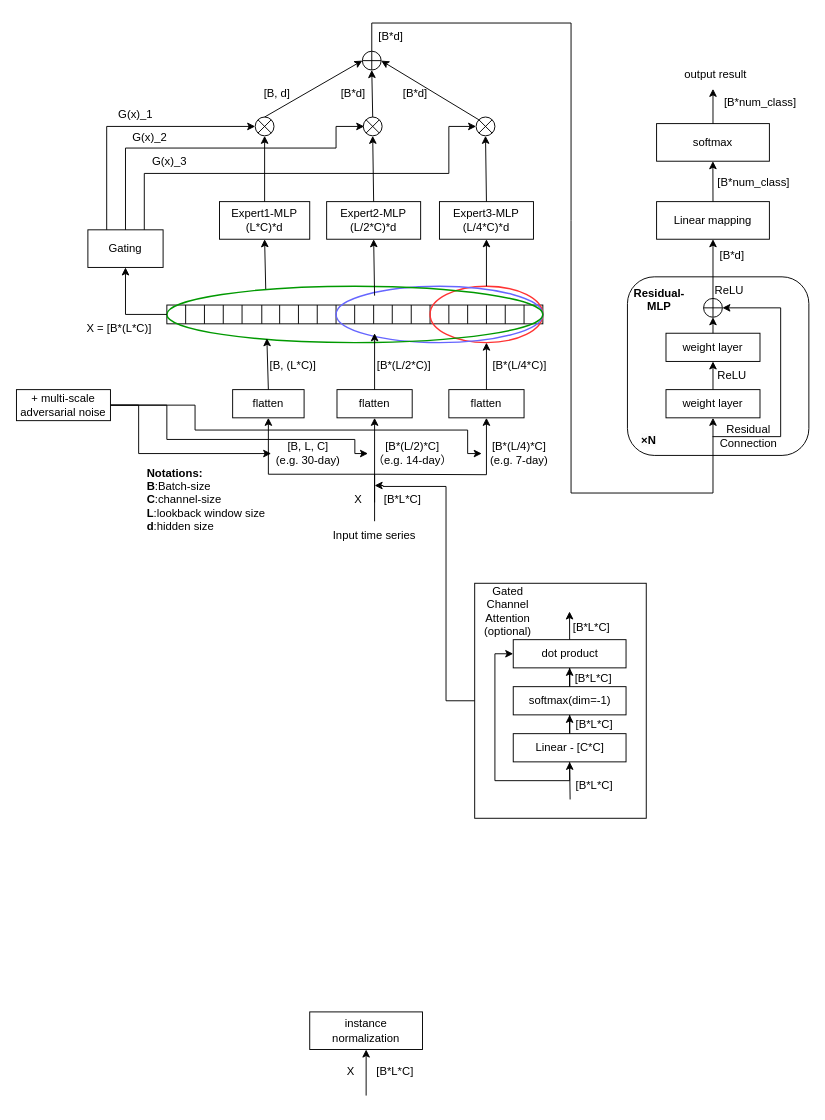
This is 未命名绘图.drawio from HALF111/Research_figures, a draw.io file, before an edit. Source tidied: cells renumbered, new cells numbered last; positions are measured from the earlier drawing's top-left corner, leaving out a move shared by most shapes. Both pictures are drawn from the tidied source at 94%, with x=0, y=0 at pixel (16, 23).
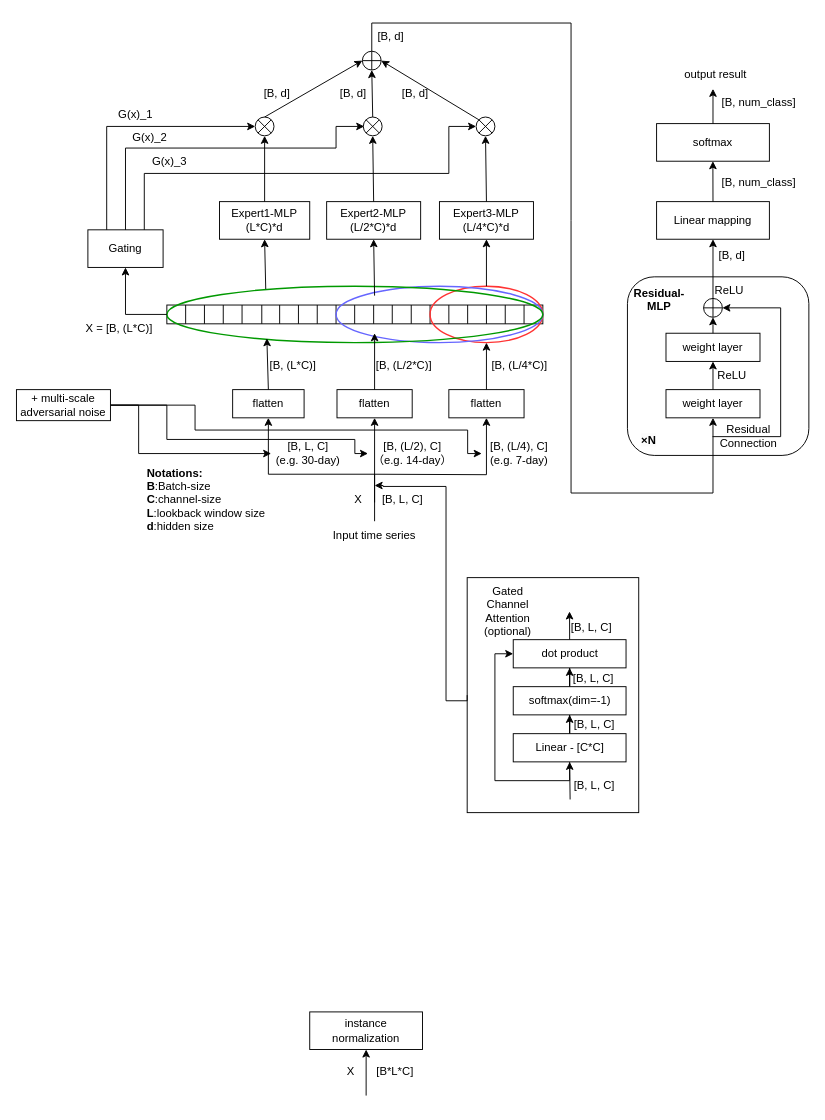
The same diagram, later.

Commit message:
更新未命名绘图.drawio

Diff of the diagram source:
```diff
@@
-    <mxCell id="64" value="[B*L*C]" style="text;html=1;strokeColor=none;fillColor=none;align=center;verticalAlign=middle;whiteSpace=wrap;rounded=0;" parent="1" vertex="1">
+    <mxCell id="64" value="[B, L, C]" style="text;html=1;strokeColor=none;fillColor=none;align=center;verticalAlign=middle;whiteSpace=wrap;rounded=0;" parent="1" vertex="1">
       <mxGeometry x="386" y="492" width="50" height="30" as="geometry" />
     </mxCell>
@@
-    <mxCell id="66" value="[B*(L/2)*C]&lt;br&gt;（e.g. 14-day）" style="text;html=1;strokeColor=none;fillColor=none;align=center;verticalAlign=middle;whiteSpace=wrap;rounded=0;" parent="1" vertex="1">
+    <mxCell id="66" value="[B, (L/2), C]&lt;br&gt;（e.g. 14-day）" style="text;html=1;strokeColor=none;fillColor=none;align=center;verticalAlign=middle;whiteSpace=wrap;rounded=0;" parent="1" vertex="1">
       <mxGeometry x="374" y="443" width="95" height="30" as="geometry" />
     </mxCell>
-    <mxCell id="67" value="[B*(L/4)*C]&lt;br&gt;(e.g. 7-day)" style="text;html=1;strokeColor=none;fillColor=none;align=center;verticalAlign=middle;whiteSpace=wrap;rounded=0;" parent="1" vertex="1">
+    <mxCell id="67" value="[B, (L/4), C]&lt;br&gt;(e.g. 7-day)" style="text;html=1;strokeColor=none;fillColor=none;align=center;verticalAlign=middle;whiteSpace=wrap;rounded=0;" parent="1" vertex="1">
       <mxGeometry x="495" y="443" width="80" height="30" as="geometry" />
     </mxCell>
@@
-    <mxCell id="79" value="[B*(L/2*C)]" style="text;html=1;strokeColor=none;fillColor=none;align=center;verticalAlign=middle;whiteSpace=wrap;rounded=0;" parent="1" vertex="1">
+    <mxCell id="79" value="[B, (L/2*C)]" style="text;html=1;strokeColor=none;fillColor=none;align=center;verticalAlign=middle;whiteSpace=wrap;rounded=0;" parent="1" vertex="1">
       <mxGeometry x="365" y="350" width="95" height="30" as="geometry" />
     </mxCell>
-    <mxCell id="80" value="[B*(L/4*C)]" style="text;html=1;strokeColor=none;fillColor=none;align=center;verticalAlign=middle;whiteSpace=wrap;rounded=0;" parent="1" vertex="1">
+    <mxCell id="80" value="[B, (L/4*C)]" style="text;html=1;strokeColor=none;fillColor=none;align=center;verticalAlign=middle;whiteSpace=wrap;rounded=0;" parent="1" vertex="1">
       <mxGeometry x="487.5" y="350" width="95" height="30" as="geometry" />
     </mxCell>
@@
-    <mxCell id="86" value="[B*d]" style="text;html=1;strokeColor=none;fillColor=none;align=center;verticalAlign=middle;whiteSpace=wrap;rounded=0;" parent="1" vertex="1">
+    <mxCell id="86" value="[B, d]" style="text;html=1;strokeColor=none;fillColor=none;align=center;verticalAlign=middle;whiteSpace=wrap;rounded=0;" parent="1" vertex="1">
       <mxGeometry x="342" y="60" width="33" height="30" as="geometry" />
     </mxCell>
-    <mxCell id="87" value="[B*d]" style="text;html=1;strokeColor=none;fillColor=none;align=center;verticalAlign=middle;whiteSpace=wrap;rounded=0;" parent="1" vertex="1">
+    <mxCell id="87" value="[B, d]" style="text;html=1;strokeColor=none;fillColor=none;align=center;verticalAlign=middle;whiteSpace=wrap;rounded=0;" parent="1" vertex="1">
       <mxGeometry x="408" y="60" width="33" height="30" as="geometry" />
     </mxCell>
@@
-    <mxCell id="101" value="[B*d]" style="text;html=1;strokeColor=none;fillColor=none;align=center;verticalAlign=middle;whiteSpace=wrap;rounded=0;" parent="1" vertex="1">
+    <mxCell id="101" value="[B, d]" style="text;html=1;strokeColor=none;fillColor=none;align=center;verticalAlign=middle;whiteSpace=wrap;rounded=0;" parent="1" vertex="1">
       <mxGeometry x="381.8" width="33" height="30" as="geometry" />
     </mxCell>
-    <mxCell id="102" value="[B*d]" style="text;html=1;strokeColor=none;fillColor=none;align=center;verticalAlign=middle;whiteSpace=wrap;rounded=0;" parent="1" vertex="1">
+    <mxCell id="102" value="[B, d]" style="text;html=1;strokeColor=none;fillColor=none;align=center;verticalAlign=middle;whiteSpace=wrap;rounded=0;" parent="1" vertex="1">
       <mxGeometry x="744.8" y="233" width="33" height="30" as="geometry" />
     </mxCell>
-    <mxCell id="103" value="[B*num_class]" style="text;html=1;strokeColor=none;fillColor=none;align=center;verticalAlign=middle;whiteSpace=wrap;rounded=0;" parent="1" vertex="1">
-      <mxGeometry x="768" y="155" width="33" height="30" as="geometry" />
+    <mxCell id="103" value="[B, num_class]" style="text;html=1;strokeColor=none;fillColor=none;align=center;verticalAlign=middle;whiteSpace=wrap;rounded=0;" parent="1" vertex="1">
+      <mxGeometry x="740" y="155" width="100" height="30" as="geometry" />
     </mxCell>
-    <mxCell id="104" value="[B*num_class]" style="text;html=1;strokeColor=none;fillColor=none;align=center;verticalAlign=middle;whiteSpace=wrap;rounded=0;" parent="1" vertex="1">
-      <mxGeometry x="774.5" y="70" width="33" height="30" as="geometry" />
+    <mxCell id="104" value="[B, num_class]" style="text;html=1;strokeColor=none;fillColor=none;align=center;verticalAlign=middle;whiteSpace=wrap;rounded=0;" parent="1" vertex="1">
+      <mxGeometry x="740" y="70" width="100" height="30" as="geometry" />
     </mxCell>
@@
-    <mxCell id="106" value="X = [B*(L*C)]" style="text;html=1;strokeColor=none;fillColor=none;align=center;verticalAlign=middle;whiteSpace=wrap;rounded=0;" parent="1" vertex="1">
+    <mxCell id="106" value="X = [B, (L*C)]" style="text;html=1;strokeColor=none;fillColor=none;align=center;verticalAlign=middle;whiteSpace=wrap;rounded=0;" parent="1" vertex="1">
       <mxGeometry x="70" y="310" width="79" height="30" as="geometry" />
     </mxCell>
@@
-    <mxCell id="122" value="[B*L*C]" style="text;html=1;strokeColor=none;fillColor=none;align=center;verticalAlign=middle;whiteSpace=wrap;rounded=0;" parent="1" vertex="1">
+    <mxCell id="122" value="[B, L, C]" style="text;html=1;strokeColor=none;fillColor=none;align=center;verticalAlign=middle;whiteSpace=wrap;rounded=0;" parent="1" vertex="1">
       <mxGeometry x="589.5" y="796" width="50" height="30" as="geometry" />
     </mxCell>
-    <mxCell id="123" value="[B*L*C]" style="text;html=1;strokeColor=none;fillColor=none;align=center;verticalAlign=middle;whiteSpace=wrap;rounded=0;" parent="1" vertex="1">
+    <mxCell id="123" value="[B, L, C]" style="text;html=1;strokeColor=none;fillColor=none;align=center;verticalAlign=middle;whiteSpace=wrap;rounded=0;" parent="1" vertex="1">
       <mxGeometry x="590" y="731" width="50" height="30" as="geometry" />
     </mxCell>
-    <mxCell id="124" value="[B*L*C]" style="text;html=1;strokeColor=none;fillColor=none;align=center;verticalAlign=middle;whiteSpace=wrap;rounded=0;" parent="1" vertex="1">
+    <mxCell id="124" value="[B, L, C]" style="text;html=1;strokeColor=none;fillColor=none;align=center;verticalAlign=middle;whiteSpace=wrap;rounded=0;" parent="1" vertex="1">
       <mxGeometry x="589" y="682" width="50" height="30" as="geometry" />
     </mxCell>
-    <mxCell id="125" value="[B*L*C]" style="text;html=1;strokeColor=none;fillColor=none;align=center;verticalAlign=middle;whiteSpace=wrap;rounded=0;" parent="1" vertex="1">
+    <mxCell id="125" value="[B, L, C]" style="text;html=1;strokeColor=none;fillColor=none;align=center;verticalAlign=middle;whiteSpace=wrap;rounded=0;" parent="1" vertex="1">
       <mxGeometry x="587" y="628" width="50" height="30" as="geometry" />
     </mxCell>
@@
     <mxCell id="127" style="rounded=0;whiteSpace=wrap;html=1;fillColor=none;" parent="1" vertex="1">
-      <mxGeometry x="487.5" y="596" width="182.5" height="250" as="geometry" />
+      <mxGeometry x="479.5" y="590" width="182.5" height="250" as="geometry" />
     </mxCell>
```
